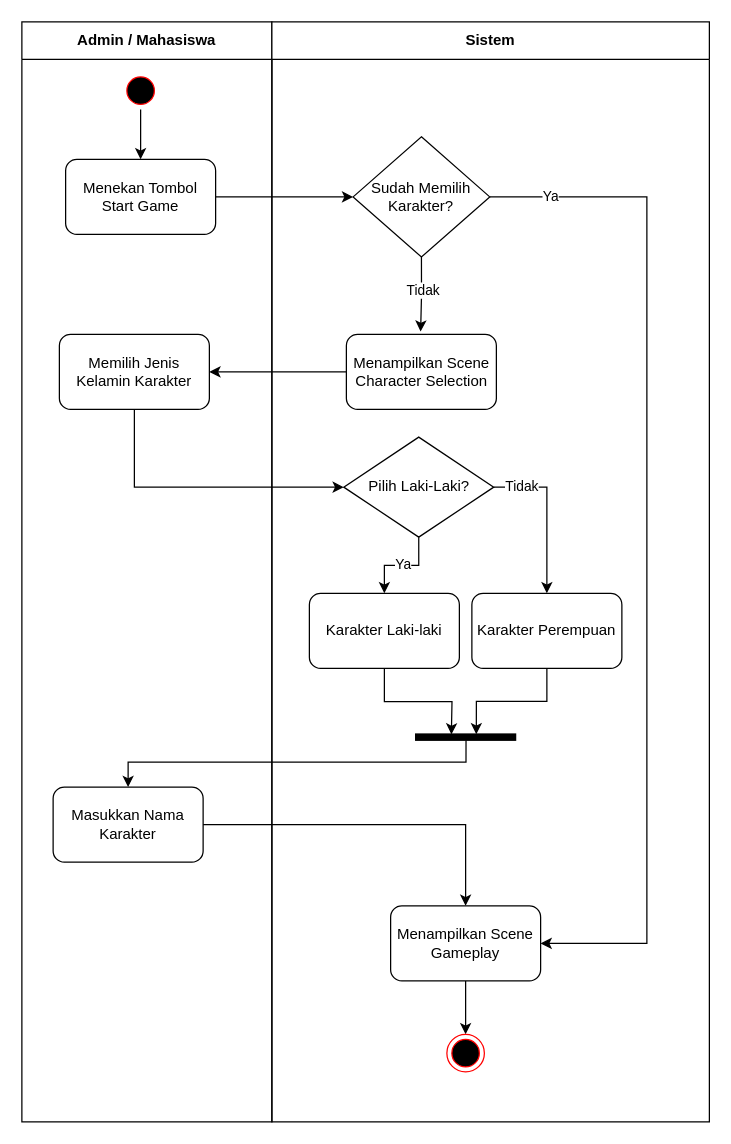
Before: skripsi/skripsi/gambar/BAB III/Activity Diagram/Activity Diagram Main Menu - Start Game.drawio in hako-975/UNPAM-File, a draw.io diagram. Source tidied: cells renumbered, new cells numbered last; positions are measured from the earlier drawing's top-left corner, leaving out a move shared by most shapes. Both pictures are drawn from the tidied source at 125%, with x=0, y=0 at pixel (21, 21).
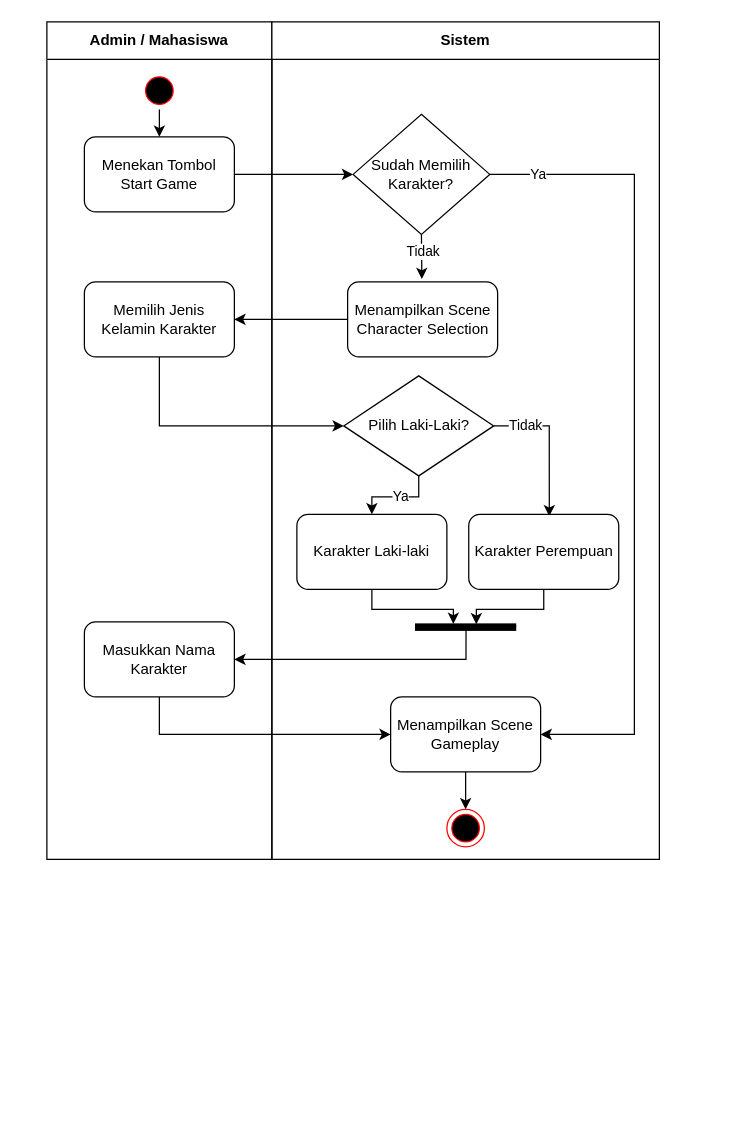
The same page after the edit.

The edit, as a diff of the source:
```diff
@@
     <mxCell id="2" value="Admin / Mahasiswa" style="swimlane;whiteSpace=wrap;html=1;startSize=30;" parent="1" vertex="1">
-      <mxGeometry width="200" height="880" as="geometry" />
+      <mxGeometry x="20" width="180" height="670" as="geometry" />
     </mxCell>
@@
     <mxCell id="4" style="ellipse;html=1;shape=startState;fillColor=#000000;strokeColor=#ff0000;" parent="2" vertex="1">
-      <mxGeometry x="80" y="40" width="30" height="30" as="geometry" />
+      <mxGeometry x="75" y="40" width="30" height="30" as="geometry" />
     </mxCell>
     <mxCell id="5" value="Menekan Tombol Start Game" style="whiteSpace=wrap;html=1;rounded=1;" parent="2" vertex="1">
-      <mxGeometry x="35" y="110" width="120" height="60" as="geometry" />
+      <mxGeometry x="30" y="92" width="120" height="60" as="geometry" />
     </mxCell>
     <mxCell id="6" value="Memilih Jenis Kelamin Karakter" style="whiteSpace=wrap;html=1;rounded=1;" parent="2" vertex="1">
-      <mxGeometry x="30" y="250" width="120" height="60" as="geometry" />
+      <mxGeometry x="30" y="208" width="120" height="60" as="geometry" />
     </mxCell>
+    <mxCell id="8" value="Masukkan Nama Karakter" style="whiteSpace=wrap;html=1;rounded=1;" parent="2" vertex="1">
+      <mxGeometry x="30" y="480" width="120" height="60" as="geometry" />
+    </mxCell>
     <mxCell id="7" value="Sistem" style="swimlane;whiteSpace=wrap;html=1;startSize=30;" parent="1" vertex="1">
-      <mxGeometry x="200" width="350" height="880" as="geometry" />
+      <mxGeometry x="200" width="310" height="670" as="geometry" />
     </mxCell>
-    <mxCell id="8" value="Masukkan Nama Karakter" style="whiteSpace=wrap;html=1;rounded=1;" parent="7" vertex="1">
-      <mxGeometry x="-175" y="612.2" width="120" height="60" as="geometry" />
-    </mxCell>
     <mxCell id="9" style="edgeStyle=orthogonalEdgeStyle;rounded=0;jettySize=auto;html=1;entryX=1;entryY=0.5;entryDx=0;entryDy=0;exitX=1;exitY=0.5;exitDx=0;exitDy=0;" parent="7" edge="1" source="11" target="14">
       <mxGeometry relative="1" as="geometry">
         <Array as="points">
-          <mxPoint x="300" y="140" />
-          <mxPoint x="300" y="737" />
+          <mxPoint x="290" y="122" />
+          <mxPoint x="290" y="570" />
         </Array>
       </mxGeometry>
     </mxCell>
@@
     <mxCell id="11" value="Sudah Memilih Karakter?" style="rhombus;whiteSpace=wrap;html=1;" parent="7" vertex="1">
-      <mxGeometry x="65" y="91.9" width="109.3" height="96.2" as="geometry" />
+      <mxGeometry x="65" y="73.9" width="109.3" height="96.2" as="geometry" />
     </mxCell>
     <mxCell id="12" value="Menampilkan Scene Character Selection" style="whiteSpace=wrap;html=1;rounded=1;" parent="7" vertex="1">
-      <mxGeometry x="59.6" y="250" width="120" height="60" as="geometry" />
+      <mxGeometry x="60.6" y="208" width="120" height="60" as="geometry" />
     </mxCell>
@@
     <mxCell id="14" value="Menampilkan Scene Gameplay" style="whiteSpace=wrap;html=1;rounded=1;" parent="7" vertex="1">
-      <mxGeometry x="95" y="707.2" width="120" height="60" as="geometry" />
+      <mxGeometry x="95" y="540" width="120" height="60" as="geometry" />
     </mxCell>
-    <mxCell id="15" style="edgeStyle=orthogonalEdgeStyle;rounded=0;jettySize=auto;html=1;exitX=0.5;exitY=1;exitDx=0;exitDy=0;entryX=0.495;entryY=-0.037;entryDx=0;entryDy=0;entryPerimeter=0;" parent="7" edge="1" source="11" target="12">
+    <mxCell id="15" style="rounded=0;jettySize=auto;html=1;exitX=0.5;exitY=1;exitDx=0;exitDy=0;entryX=0.495;entryY=-0.037;entryDx=0;entryDy=0;entryPerimeter=0;" parent="7" edge="1" source="11" target="12">
       <mxGeometry relative="1" as="geometry" />
     </mxCell>
     <mxCell id="16" value="Tidak" style="edgeLabel;html=1;align=center;verticalAlign=middle;" parent="15" vertex="1">
-      <mxGeometry x="-0.14" y="1" relative="1" as="geometry" />
+      <mxGeometry x="-0.14" y="1" relative="1" as="geometry">
+        <mxPoint y="-2" as="offset" />
+      </mxGeometry>
     </mxCell>
     <mxCell id="17" style="edgeStyle=orthogonalEdgeStyle;rounded=0;jettySize=auto;html=1;exitX=0.5;exitY=1;exitDx=0;exitDy=0;entryX=0.5;entryY=0;entryDx=0;entryDy=0;" parent="7" edge="1" source="21" target="22">
-      <mxGeometry relative="1" as="geometry" />
+      <mxGeometry relative="1" as="geometry">
+        <Array as="points">
+          <mxPoint x="118" y="380" />
+          <mxPoint x="80" y="380" />
+        </Array>
+      </mxGeometry>
     </mxCell>
@@
-    <mxCell id="19" style="edgeStyle=orthogonalEdgeStyle;rounded=0;jettySize=auto;html=1;exitX=1;exitY=0.5;exitDx=0;exitDy=0;entryX=0.5;entryY=0;entryDx=0;entryDy=0;" parent="7" edge="1" source="21" target="23">
-      <mxGeometry relative="1" as="geometry">
-        <Array as="points">
-          <mxPoint x="220" y="372" />
-        </Array>
-      </mxGeometry>
+    <mxCell id="19" style="rounded=0;jettySize=auto;html=1;entryX=0.537;entryY=0.026;entryDx=0;entryDy=0;entryPerimeter=0;exitX=1;exitY=0.5;exitDx=0;exitDy=0;edgeStyle=orthogonalEdgeStyle;" parent="7" edge="1" source="21" target="23">
+      <mxGeometry relative="1" as="geometry" />
     </mxCell>
     <mxCell id="20" value="Tidak" style="edgeLabel;html=1;align=center;verticalAlign=middle;" parent="19" vertex="1">
       <mxGeometry x="-0.85" y="3" relative="1" as="geometry">
-        <mxPoint x="12" y="2" as="offset" />
+        <mxPoint x="16" y="2" as="offset" />
       </mxGeometry>
     </mxCell>
     <mxCell id="21" value="Pilih Laki-Laki?" style="rhombus;whiteSpace=wrap;html=1;" parent="7" vertex="1">
-      <mxGeometry x="57.5" y="332.2" width="120" height="80" as="geometry" />
+      <mxGeometry x="57.5" y="283.2" width="120" height="80" as="geometry" />
     </mxCell>
     <mxCell id="22" value="Karakter Laki-laki" style="whiteSpace=wrap;html=1;rounded=1;" parent="7" vertex="1">
-      <mxGeometry x="30" y="457.2" width="120" height="60" as="geometry" />
+      <mxGeometry x="20" y="394" width="120" height="60" as="geometry" />
     </mxCell>
     <mxCell id="23" value="Karakter Perempuan" style="whiteSpace=wrap;html=1;rounded=1;" parent="7" vertex="1">
-      <mxGeometry x="160" y="457.2" width="120" height="60" as="geometry" />
+      <mxGeometry x="157.5" y="394" width="120" height="60" as="geometry" />
     </mxCell>
     <mxCell id="24" style="html=1;points=[];perimeter=orthogonalPerimeter;fillColor=strokeColor;rotation=90;" parent="7" vertex="1">
-      <mxGeometry x="152.5" y="532.2" width="5" height="80" as="geometry" />
+      <mxGeometry x="152.5" y="444.2" width="5" height="80" as="geometry" />
     </mxCell>
-    <mxCell id="25" style="edgeStyle=orthogonalEdgeStyle;rounded=0;jettySize=auto;html=1;entryX=0.46;entryY=0.643;entryDx=0;entryDy=0;entryPerimeter=0;exitX=0.5;exitY=1;exitDx=0;exitDy=0;" parent="7" edge="1" source="22">
+    <mxCell id="25" style="edgeStyle=orthogonalEdgeStyle;rounded=0;jettySize=auto;html=1;entryX=-0.017;entryY=0.623;entryDx=0;entryDy=0;entryPerimeter=0;exitX=0.5;exitY=1;exitDx=0;exitDy=0;" parent="7" edge="1" source="22" target="24">
       <mxGeometry relative="1" as="geometry">
-        <mxPoint x="143.6" y="570.1" as="targetPoint" />
+        <Array as="points">
+          <mxPoint x="80" y="470" />
+          <mxPoint x="145" y="470" />
+        </Array>
       </mxGeometry>
     </mxCell>
     <mxCell id="26" style="edgeStyle=orthogonalEdgeStyle;rounded=0;jettySize=auto;html=1;entryX=0.06;entryY=0.393;entryDx=0;entryDy=0;entryPerimeter=0;" parent="7" edge="1" source="23" target="24">
-      <mxGeometry relative="1" as="geometry" />
+      <mxGeometry relative="1" as="geometry">
+        <Array as="points">
+          <mxPoint x="218" y="470" />
+          <mxPoint x="164" y="470" />
+        </Array>
+      </mxGeometry>
     </mxCell>
     <mxCell id="27" style="ellipse;html=1;shape=endState;fillColor=#000000;strokeColor=#ff0000;" parent="7" vertex="1">
-      <mxGeometry x="140" y="810" width="30" height="30" as="geometry" />
+      <mxGeometry x="140" y="630" width="30" height="30" as="geometry" />
     </mxCell>
-    <mxCell id="28" style="edgeStyle=orthogonalEdgeStyle;rounded=0;jettySize=auto;html=1;entryX=0.5;entryY=0;entryDx=0;entryDy=0;exitX=0.992;exitY=0.496;exitDx=0;exitDy=0;exitPerimeter=0;" parent="7" edge="1" source="24" target="8">
-      <mxGeometry relative="1" as="geometry">
-        <Array as="points">
-          <mxPoint x="155" y="592.2" />
-          <mxPoint x="-115" y="592.2" />
-        </Array>
-      </mxGeometry>
-    </mxCell>
-    <mxCell id="29" style="edgeStyle=orthogonalEdgeStyle;rounded=0;jettySize=auto;html=1;entryX=0.5;entryY=0;entryDx=0;entryDy=0;" parent="7" edge="1" source="8" target="14">
-      <mxGeometry relative="1" as="geometry" />
-    </mxCell>
@@
+    <mxCell id="28" style="rounded=0;jettySize=auto;html=1;entryX=1;entryY=0.5;entryDx=0;entryDy=0;exitX=0.992;exitY=0.496;exitDx=0;exitDy=0;exitPerimeter=0;edgeStyle=orthogonalEdgeStyle;" parent="1" edge="1" source="24" target="8">
+      <mxGeometry relative="1" as="geometry">
+        <Array as="points">
+          <mxPoint x="355" y="510" />
+        </Array>
+      </mxGeometry>
+    </mxCell>
+    <mxCell id="29" style="edgeStyle=orthogonalEdgeStyle;rounded=0;jettySize=auto;html=1;entryX=0;entryY=0.5;entryDx=0;entryDy=0;exitX=0.5;exitY=1;exitDx=0;exitDy=0;" parent="1" edge="1" source="8" target="14">
+      <mxGeometry relative="1" as="geometry" />
+    </mxCell>
```
